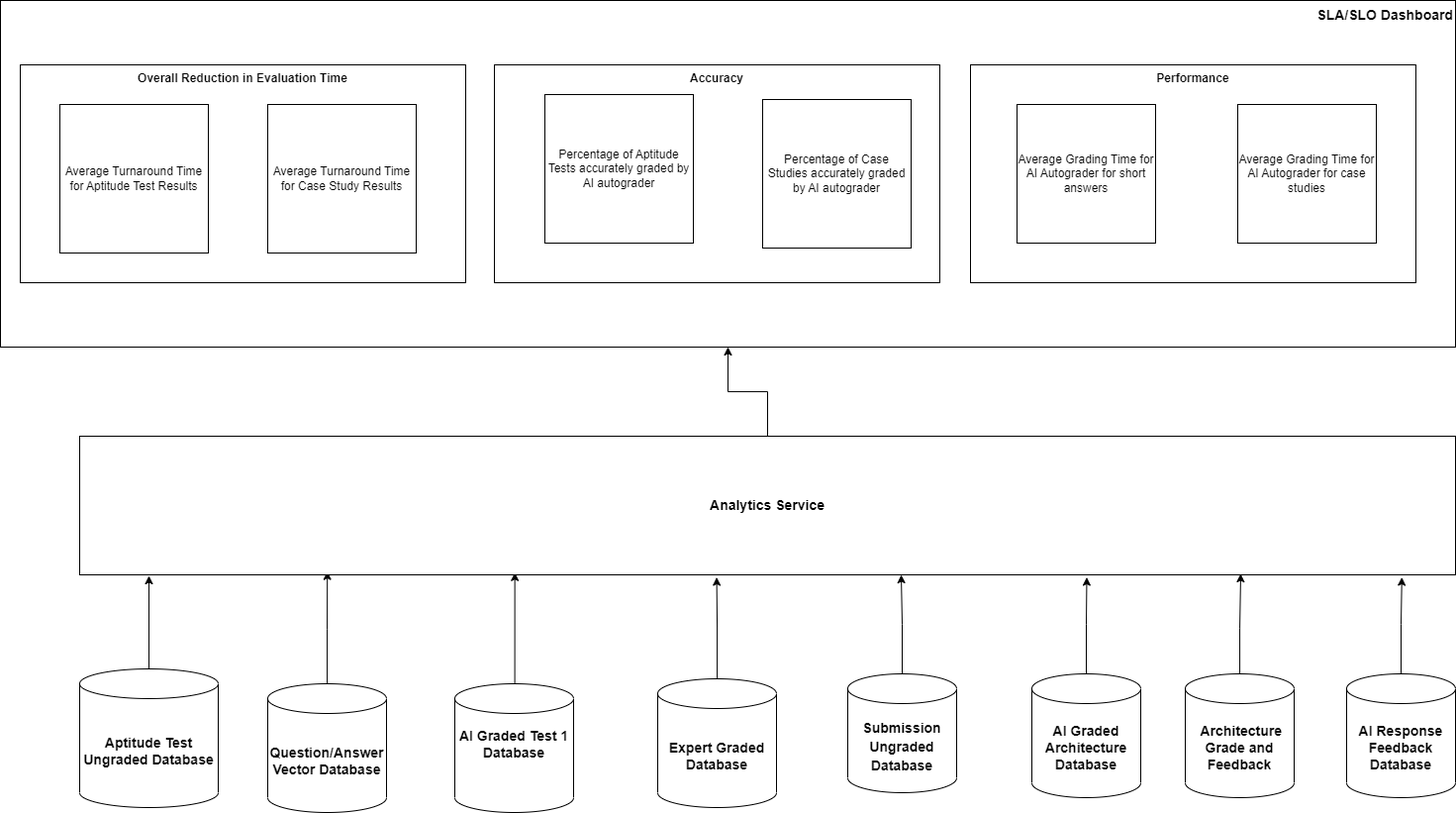
This is diagrams/observability-dashboard.drawio.png from mmat1/skynet-ai-2025, a draw.io export, as it was before one commit. Source tidied: cells renumbered, new cells last; positions are measured from the earlier drawing's top-left corner, leaving out a move shared by most shapes. Its diagram source:
```xml
<mxGraphModel>
  <root>
    <mxCell id="0" />
    <mxCell id="1" parent="0" />
    <mxCell id="2" value="&lt;font style=&quot;font-size: 14px;&quot;&gt;&lt;b&gt;SLA/SLO Dashboard&lt;/b&gt;&lt;/font&gt;" style="rounded=0;whiteSpace=wrap;html=1;verticalAlign=top;align=right;" parent="1" vertex="1">
      <mxGeometry width="1470" height="350" as="geometry" />
    </mxCell>
    <mxCell id="3" value="&lt;b&gt;&amp;nbsp;Overall Reduction in Evaluation Time&amp;nbsp;&lt;/b&gt;" style="rounded=0;whiteSpace=wrap;html=1;verticalAlign=top;align=center;labelBackgroundColor=default;" parent="1" vertex="1">
      <mxGeometry x="20" y="65" width="450" height="220" as="geometry" />
    </mxCell>
    <mxCell id="4" value="&lt;b&gt;Accuracy&lt;/b&gt;" style="rounded=0;whiteSpace=wrap;html=1;verticalAlign=top;align=center;labelBackgroundColor=default;" parent="1" vertex="1">
      <mxGeometry x="499" y="65" width="450" height="220" as="geometry" />
    </mxCell>
    <mxCell id="5" value="&lt;b&gt;Performance&lt;/b&gt;" style="rounded=0;whiteSpace=wrap;html=1;verticalAlign=top;align=center;labelBackgroundColor=default;" parent="1" vertex="1">
      <mxGeometry x="980" y="65" width="450" height="220" as="geometry" />
    </mxCell>
    <mxCell id="6" style="edgeStyle=orthogonalEdgeStyle;rounded=0;jettySize=auto;html=1;entryX=0.18;entryY=0.976;entryDx=0;entryDy=0;entryPerimeter=0;" parent="1" edge="1" source="7" target="15">
      <mxGeometry relative="1" as="geometry" />
    </mxCell>
    <mxCell id="7" value="&lt;span style=&quot;font-size: 14px;&quot;&gt;&lt;b&gt;Question/Answer Vector Database&lt;/b&gt;&lt;/span&gt;" style="shape=cylinder3;whiteSpace=wrap;html=1;boundedLbl=1;backgroundOutline=1;size=15;strokeColor=default;align=center;verticalAlign=middle;fontFamily=Helvetica;fontSize=12;fontColor=default;fillColor=default;" parent="1" vertex="1">
      <mxGeometry x="270" y="690" width="120" height="130" as="geometry" />
    </mxCell>
    <mxCell id="8" style="edgeStyle=orthogonalEdgeStyle;rounded=0;orthogonalLoop=1;jettySize=auto;html=1;entryX=0.317;entryY=0.984;entryDx=0;entryDy=0;entryPerimeter=0;" parent="1" edge="1">
      <mxGeometry relative="1" as="geometry">
        <mxPoint x="518" y="690" as="sourcePoint" />
        <mxPoint x="519.6" y="577.8" as="targetPoint" />
        <Array as="points">
          <mxPoint x="520" y="690" />
        </Array>
      </mxGeometry>
    </mxCell>
    <mxCell id="9" value="&lt;b&gt;&lt;font style=&quot;font-size: 14px;&quot;&gt;AI Graded Test 1 Database&lt;/font&gt;&lt;/b&gt;&lt;div&gt;&lt;b&gt;&lt;font style=&quot;font-size: 14px;&quot;&gt;&lt;br&gt;&lt;/font&gt;&lt;/b&gt;&lt;/div&gt;&lt;div&gt;&lt;b&gt;&lt;font style=&quot;font-size: 14px;&quot;&gt;&lt;br&gt;&lt;/font&gt;&lt;/b&gt;&lt;/div&gt;" style="shape=cylinder3;whiteSpace=wrap;html=1;boundedLbl=1;backgroundOutline=1;size=15;strokeColor=default;align=center;verticalAlign=middle;fontFamily=Helvetica;fontSize=12;fontColor=default;fillColor=default;" parent="1" vertex="1">
      <mxGeometry x="459" y="690" width="120" height="130" as="geometry" />
    </mxCell>
    <mxCell id="10" style="edgeStyle=orthogonalEdgeStyle;rounded=0;jettySize=auto;html=1;entryX=0.463;entryY=1.018;entryDx=0;entryDy=0;entryPerimeter=0;" parent="1" edge="1" source="11" target="15">
      <mxGeometry relative="1" as="geometry" />
    </mxCell>
    <mxCell id="11" value="&lt;span style=&quot;font-size: 14px;&quot;&gt;&lt;b&gt;Expert Graded Database&lt;/b&gt;&lt;/span&gt;" style="shape=cylinder3;whiteSpace=wrap;html=1;boundedLbl=1;backgroundOutline=1;size=15;strokeColor=default;align=center;verticalAlign=middle;fontFamily=Helvetica;fontSize=12;fontColor=default;fillColor=default;" parent="1" vertex="1">
      <mxGeometry x="664" y="685" width="120" height="130" as="geometry" />
    </mxCell>
    <mxCell id="12" style="edgeStyle=orthogonalEdgeStyle;rounded=0;jettySize=auto;html=1;exitX=0.5;exitY=0;exitDx=0;exitDy=0;exitPerimeter=0;" parent="1" edge="1" source="13">
      <mxGeometry relative="1" as="geometry">
        <mxPoint x="150" y="581" as="targetPoint" />
      </mxGeometry>
    </mxCell>
    <mxCell id="13" value="&lt;div style=&quot;&quot;&gt;&lt;font style=&quot;font-size: 14px;&quot;&gt;&lt;b&gt;Aptitude Test Ungraded Database&lt;/b&gt;&lt;/font&gt;&lt;/div&gt;" style="shape=cylinder3;whiteSpace=wrap;html=1;boundedLbl=1;backgroundOutline=1;size=15;" parent="1" vertex="1">
      <mxGeometry x="80" y="675" width="140" height="140" as="geometry" />
    </mxCell>
    <mxCell id="14" style="edgeStyle=orthogonalEdgeStyle;rounded=0;jettySize=auto;html=1;" parent="1" edge="1" source="15" target="2">
      <mxGeometry relative="1" as="geometry" />
    </mxCell>
    <mxCell id="15" value="&lt;b&gt;&lt;font style=&quot;font-size: 14px;&quot;&gt;Analytics Service&lt;/font&gt;&lt;/b&gt;" style="rounded=0;whiteSpace=wrap;html=1;" parent="1" vertex="1">
      <mxGeometry x="80" y="440" width="1390" height="140" as="geometry" />
    </mxCell>
    <mxCell id="16" style="edgeStyle=orthogonalEdgeStyle;rounded=0;jettySize=auto;html=1;" parent="1" edge="1" source="17">
      <mxGeometry relative="1" as="geometry">
        <mxPoint x="910" y="580" as="targetPoint" />
      </mxGeometry>
    </mxCell>
    <mxCell id="17" value="&lt;font style=&quot;font-size: 14px;&quot;&gt;&lt;b&gt;Submission Ungraded Database&lt;/b&gt;&lt;/font&gt;" style="shape=cylinder3;whiteSpace=wrap;html=1;boundedLbl=1;backgroundOutline=1;size=15;fontSize=16;" parent="1" vertex="1">
      <mxGeometry x="856" y="680" width="110" height="120" as="geometry" />
    </mxCell>
    <mxCell id="18" style="edgeStyle=orthogonalEdgeStyle;rounded=0;jettySize=auto;html=1;entryX=0.732;entryY=1.018;entryDx=0;entryDy=0;entryPerimeter=0;" parent="1" edge="1" source="19" target="15">
      <mxGeometry relative="1" as="geometry" />
    </mxCell>
    <mxCell id="19" value="&lt;div&gt;&lt;b&gt;&lt;font style=&quot;font-size: 14px;&quot;&gt;AI Graded Architecture Database&lt;/font&gt;&lt;/b&gt;&lt;/div&gt;" style="shape=cylinder3;whiteSpace=wrap;html=1;boundedLbl=1;backgroundOutline=1;size=15;" parent="1" vertex="1">
      <mxGeometry x="1042" y="680" width="110" height="125" as="geometry" />
    </mxCell>
    <mxCell id="20" style="edgeStyle=orthogonalEdgeStyle;rounded=0;orthogonalLoop=1;jettySize=auto;html=1;" parent="1" edge="1">
      <mxGeometry relative="1" as="geometry">
        <mxPoint x="1252.1" y="689" as="sourcePoint" />
        <mxPoint x="1253" y="579" as="targetPoint" />
        <Array as="points">
          <mxPoint x="1252" y="634" />
        </Array>
      </mxGeometry>
    </mxCell>
    <mxCell id="21" value="&lt;div&gt;&lt;b&gt;&lt;font style=&quot;font-size: 14px;&quot;&gt;&amp;nbsp;Architecture Grade and Feedback&lt;/font&gt;&lt;/b&gt;&lt;/div&gt;" style="shape=cylinder3;whiteSpace=wrap;html=1;boundedLbl=1;backgroundOutline=1;size=15;" parent="1" vertex="1">
      <mxGeometry x="1197" y="680" width="110" height="125" as="geometry" />
    </mxCell>
    <mxCell id="22" value="Average Turnaround Time for Aptitude Test Results" style="whiteSpace=wrap;html=1;" parent="1" vertex="1">
      <mxGeometry x="60" y="105" width="150" height="150" as="geometry" />
    </mxCell>
    <mxCell id="23" value="Average Turnaround Time for Case Study Results" style="whiteSpace=wrap;html=1;" parent="1" vertex="1">
      <mxGeometry x="270" y="105" width="150" height="150" as="geometry" />
    </mxCell>
    <mxCell id="24" value="Percentage of Aptitude Tests accurately graded by AI autograder" style="whiteSpace=wrap;html=1;" parent="1" vertex="1">
      <mxGeometry x="550" y="95" width="150" height="150" as="geometry" />
    </mxCell>
    <mxCell id="25" style="edgeStyle=orthogonalEdgeStyle;rounded=0;jettySize=auto;html=1;entryX=0.961;entryY=1.018;entryDx=0;entryDy=0;entryPerimeter=0;" parent="1" edge="1" source="26" target="15">
      <mxGeometry relative="1" as="geometry" />
    </mxCell>
    <mxCell id="26" value="&lt;div&gt;&lt;b&gt;&lt;font style=&quot;font-size: 14px;&quot;&gt;AI Response Feedback Database&lt;/font&gt;&lt;/b&gt;&lt;/div&gt;" style="shape=cylinder3;whiteSpace=wrap;html=1;boundedLbl=1;backgroundOutline=1;size=15;" parent="1" vertex="1">
      <mxGeometry x="1360" y="680" width="110" height="125" as="geometry" />
    </mxCell>
    <mxCell id="27" value="Percentage of Case Studies accurately graded by AI autograder" style="whiteSpace=wrap;html=1;" parent="1" vertex="1">
      <mxGeometry x="770" y="100" width="150" height="150" as="geometry" />
    </mxCell>
    <mxCell id="28" value="Average Grading Time for AI Autograder for short answers" style="whiteSpace=wrap;html=1;" parent="1" vertex="1">
      <mxGeometry x="1027" y="105" width="140" height="140" as="geometry" />
    </mxCell>
    <mxCell id="29" value="Average Grading Time for AI Autograder for case studies" style="whiteSpace=wrap;html=1;" parent="1" vertex="1">
      <mxGeometry x="1250" y="105" width="140" height="140" as="geometry" />
    </mxCell>
  </root>
</mxGraphModel>
```
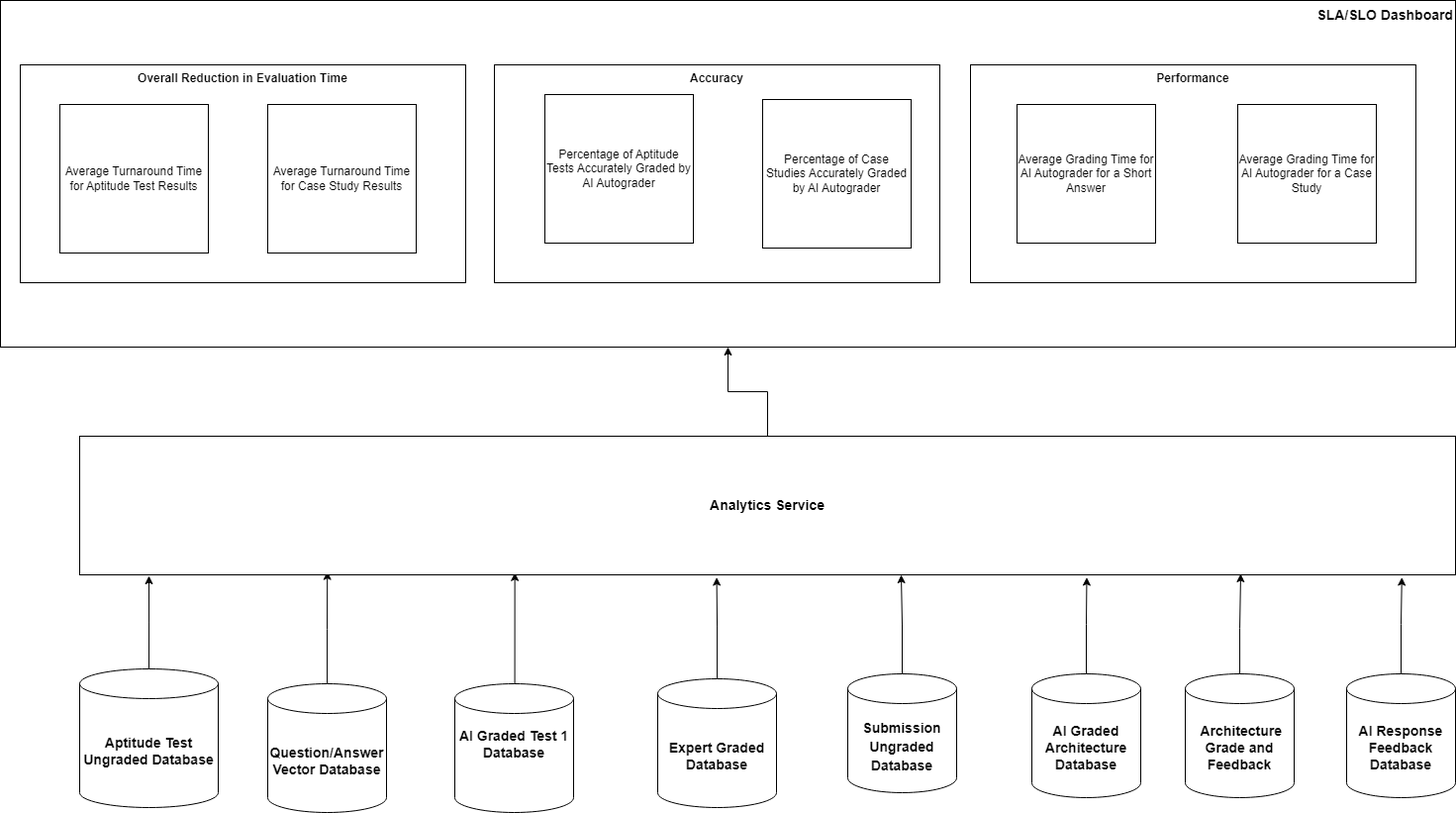
The same file after the commit.

Diff of the diagram source:
```diff
@@ -84,7 +84,7 @@
     <mxCell id="23" value="Average Turnaround Time for Case Study Results" style="whiteSpace=wrap;html=1;" parent="1" vertex="1">
       <mxGeometry x="270" y="105" width="150" height="150" as="geometry" />
     </mxCell>
-    <mxCell id="24" value="Percentage of Aptitude Tests accurately graded by AI autograder" style="whiteSpace=wrap;html=1;" parent="1" vertex="1">
+    <mxCell id="24" value="Percentage of Aptitude Tests Accurately Graded by AI Autograder" style="whiteSpace=wrap;html=1;" parent="1" vertex="1">
       <mxGeometry x="550" y="95" width="150" height="150" as="geometry" />
     </mxCell>
     <mxCell id="25" style="edgeStyle=orthogonalEdgeStyle;rounded=0;jettySize=auto;html=1;entryX=0.961;entryY=1.018;entryDx=0;entryDy=0;entryPerimeter=0;" parent="1" edge="1" source="26" target="15">
@@ -93,13 +93,13 @@
     <mxCell id="26" value="&lt;div&gt;&lt;b&gt;&lt;font style=&quot;font-size: 14px;&quot;&gt;AI Response Feedback Database&lt;/font&gt;&lt;/b&gt;&lt;/div&gt;" style="shape=cylinder3;whiteSpace=wrap;html=1;boundedLbl=1;backgroundOutline=1;size=15;" parent="1" vertex="1">
       <mxGeometry x="1360" y="680" width="110" height="125" as="geometry" />
     </mxCell>
-    <mxCell id="27" value="Percentage of Case Studies accurately graded by AI autograder" style="whiteSpace=wrap;html=1;" parent="1" vertex="1">
+    <mxCell id="27" value="Percentage of Case Studies Accurately Graded by AI Autograder" style="whiteSpace=wrap;html=1;" parent="1" vertex="1">
       <mxGeometry x="770" y="100" width="150" height="150" as="geometry" />
     </mxCell>
-    <mxCell id="28" value="Average Grading Time for AI Autograder for short answers" style="whiteSpace=wrap;html=1;" parent="1" vertex="1">
+    <mxCell id="28" value="Average Grading Time for AI Autograder for a Short Answer" style="whiteSpace=wrap;html=1;" parent="1" vertex="1">
       <mxGeometry x="1027" y="105" width="140" height="140" as="geometry" />
     </mxCell>
-    <mxCell id="29" value="Average Grading Time for AI Autograder for case studies" style="whiteSpace=wrap;html=1;" parent="1" vertex="1">
+    <mxCell id="29" value="Average Grading Time for AI Autograder for a Case Study" style="whiteSpace=wrap;html=1;" parent="1" vertex="1">
       <mxGeometry x="1250" y="105" width="140" height="140" as="geometry" />
     </mxCell>
   </root>
```
